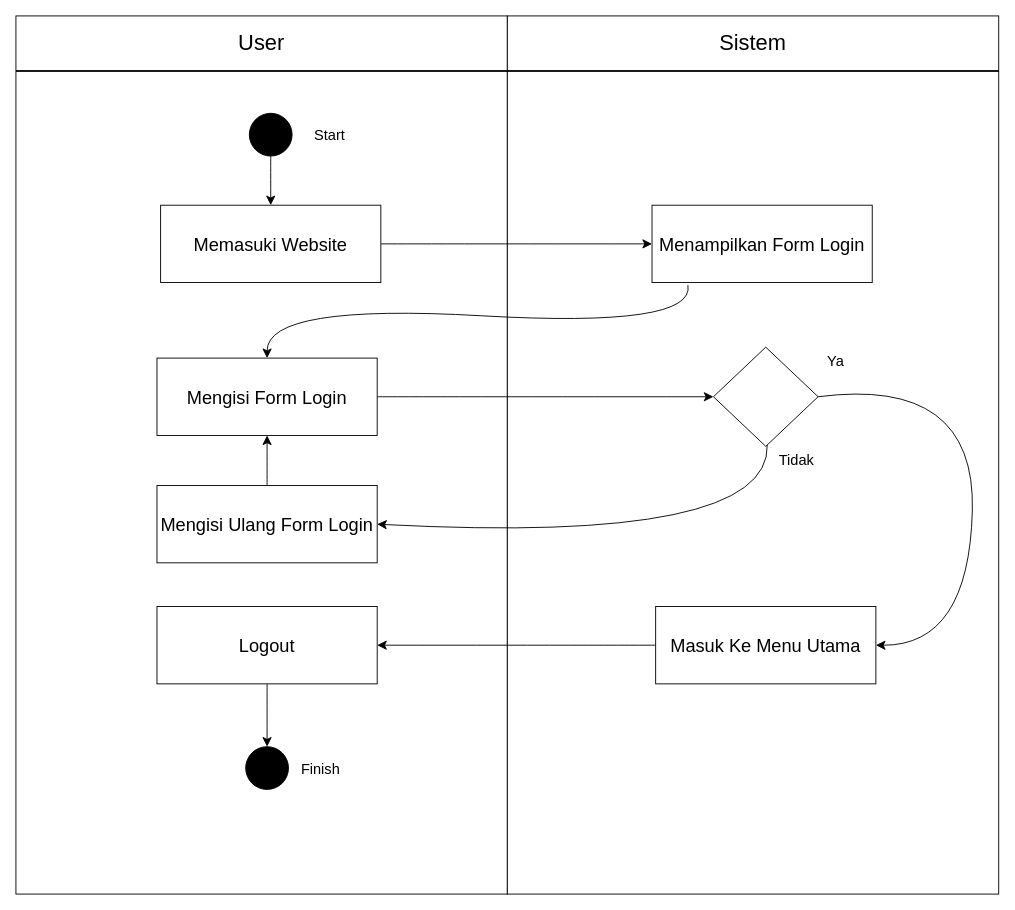
Earlier version of the draw.io diagram page "halaman 1" (1 of 9) of Diagram Tanpa Judul.drawio (Itsbubuuu/latihan-git). Source tidied: cells renumbered, new cells numbered last; positions are measured from the earlier drawing's top-left corner, leaving out a move shared by most shapes. Both pictures are drawn from the tidied source at 91%, with x=0, y=0 at pixel (15, 15).
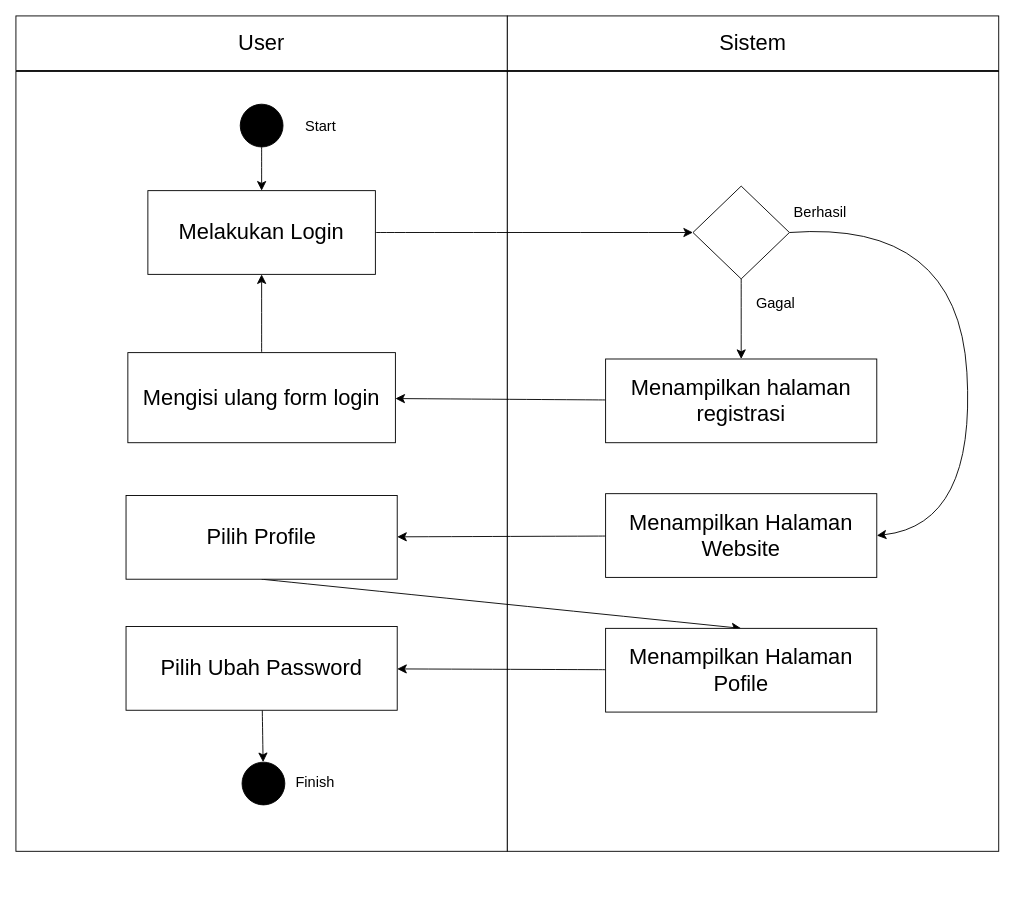
After the change.

The edit, as a diff of the source:
```diff
@@
     <mxCell id="2" style="rounded=0;whiteSpace=wrap;html=1;" parent="1" vertex="1">
-      <mxGeometry y="61" width="540" height="904" as="geometry" />
+      <mxGeometry y="61" width="540" height="857" as="geometry" />
     </mxCell>
     <mxCell id="3" style="rounded=0;whiteSpace=wrap;html=1;" parent="1" vertex="1">
-      <mxGeometry x="540" y="61" width="540" height="904" as="geometry" />
+      <mxGeometry x="540" y="61" width="540" height="857" as="geometry" />
     </mxCell>
@@
-    <mxCell id="13" style="edgeStyle=none;curved=1;rounded=0;jettySize=auto;html=1;exitX=0.5;exitY=1;exitDx=0;exitDy=0;entryX=0.5;entryY=0;entryDx=0;entryDy=0;fontSize=12;startSize=8;endSize=8;" parent="1" edge="1" source="14" target="17">
-      <mxGeometry relative="1" as="geometry" />
-    </mxCell>
-    <mxCell id="14" style="ellipse;whiteSpace=wrap;html=1;strokeColor=#000000;fillColor=#000000;" parent="1" vertex="1">
-      <mxGeometry x="256.5" y="107" width="47" height="47" as="geometry" />
-    </mxCell>
+    <mxCell id="35" style="ellipse;whiteSpace=wrap;html=1;strokeColor=#000000;fillColor=#000000;" parent="1" vertex="1">
+      <mxGeometry x="246.5" y="97" width="47" height="47" as="geometry" />
+    </mxCell>
+    <mxCell id="36" style="endArrow=classic;html=1;rounded=0;fontSize=12;startSize=8;endSize=8;curved=1;exitX=0.5;exitY=1;exitDx=0;exitDy=0;" parent="1" edge="1" source="35" target="38">
+      <mxGeometry relative="1" as="geometry" />
+    </mxCell>
+    <mxCell id="37" style="edgeStyle=none;curved=1;rounded=0;jettySize=auto;html=1;fontSize=12;startSize=8;endSize=8;entryX=0;entryY=0.5;entryDx=0;entryDy=0;" parent="1" edge="1" source="38" target="43">
+      <mxGeometry relative="1" as="geometry" />
+    </mxCell>
+    <mxCell id="38" value="&lt;font style=&quot;font-size: 24px;&quot;&gt;Melakukan Login&lt;/font&gt;" style="rounded=0;whiteSpace=wrap;html=1;" parent="1" vertex="1">
+      <mxGeometry x="145" y="192" width="250" height="92" as="geometry" />
+    </mxCell>
     <mxCell id="15" value="Start" style="text;html=1;align=center;verticalAlign=middle;whiteSpace=wrap;rounded=0;fontSize=16;" parent="1" vertex="1">
-      <mxGeometry x="315" y="115.5" width="60" height="30" as="geometry" />
+      <mxGeometry x="305" y="105.5" width="60" height="30" as="geometry" />
     </mxCell>
-    <mxCell id="16" style="edgeStyle=none;curved=1;rounded=0;jettySize=auto;html=1;fontSize=12;startSize=8;endSize=8;" parent="1" edge="1" source="17" target="19">
-      <mxGeometry relative="1" as="geometry" />
-    </mxCell>
-    <mxCell id="17" value="&lt;font style=&quot;font-size: 20px;&quot;&gt;Memasuki Website&lt;/font&gt;" style="rounded=0;whiteSpace=wrap;html=1;" parent="1" vertex="1">
-      <mxGeometry x="159" y="208" width="242" height="85" as="geometry" />
-    </mxCell>
-    <mxCell id="18" style="edgeStyle=none;curved=1;rounded=0;jettySize=auto;html=1;fontSize=12;startSize=8;endSize=8;entryX=0.5;entryY=0;entryDx=0;entryDy=0;exitX=0.163;exitY=1.033;exitDx=0;exitDy=0;exitPerimeter=0;" parent="1" edge="1" source="19" target="28">
-      <mxGeometry relative="1" as="geometry">
-        <Array as="points">
-          <mxPoint x="747" y="343" />
-          <mxPoint x="276" y="316" />
-        </Array>
-      </mxGeometry>
-    </mxCell>
-    <mxCell id="19" value="&lt;font style=&quot;font-size: 20px;&quot;&gt;Menampilkan Form Login&lt;/font&gt;" style="rounded=0;whiteSpace=wrap;html=1;" parent="1" vertex="1">
-      <mxGeometry x="699" y="208" width="242" height="85" as="geometry" />
-    </mxCell>
-    <mxCell id="20" style="edgeStyle=none;curved=1;rounded=0;jettySize=auto;html=1;fontSize=12;startSize=8;endSize=8;" parent="1" edge="1" source="21" target="28">
-      <mxGeometry relative="1" as="geometry" />
-    </mxCell>
-    <mxCell id="21" value="&lt;span style=&quot;font-size: 20px;&quot;&gt;Mengisi Ulang Form Login&lt;/span&gt;" style="rounded=0;whiteSpace=wrap;html=1;" parent="1" vertex="1">
-      <mxGeometry x="155" y="516" width="242" height="85" as="geometry" />
-    </mxCell>
-    <mxCell id="22" style="edgeStyle=none;curved=1;rounded=0;jettySize=auto;html=1;entryX=1;entryY=0.5;entryDx=0;entryDy=0;fontSize=12;startSize=8;endSize=8;" parent="1" edge="1" source="23" target="30">
-      <mxGeometry relative="1" as="geometry" />
-    </mxCell>
-    <mxCell id="23" value="&lt;span style=&quot;font-size: 20px;&quot;&gt;Masuk Ke Menu Utama&lt;/span&gt;" style="rounded=0;whiteSpace=wrap;html=1;" parent="1" vertex="1">
-      <mxGeometry x="703" y="649" width="242" height="85" as="geometry" />
-    </mxCell>
-    <mxCell id="24" style="edgeStyle=none;curved=1;rounded=0;jettySize=auto;html=1;fontSize=12;startSize=8;endSize=8;entryX=1;entryY=0.5;entryDx=0;entryDy=0;" parent="1" edge="1" source="26" target="21">
-      <mxGeometry relative="1" as="geometry">
-        <Array as="points">
-          <mxPoint x="829" y="581" />
-        </Array>
-      </mxGeometry>
-    </mxCell>
-    <mxCell id="25" style="edgeStyle=none;curved=1;rounded=0;jettySize=auto;html=1;entryX=1;entryY=0.5;entryDx=0;entryDy=0;fontSize=12;startSize=8;endSize=8;exitX=1;exitY=0.5;exitDx=0;exitDy=0;" parent="1" edge="1" target="23">
-      <mxGeometry relative="1" as="geometry">
-        <mxPoint x="881.5" y="418.5" as="sourcePoint" />
-        <Array as="points">
-          <mxPoint x="1055" y="396" />
-          <mxPoint x="1047" y="692" />
-        </Array>
-      </mxGeometry>
-    </mxCell>
-    <mxCell id="26" style="rhombus;whiteSpace=wrap;html=1;" parent="1" vertex="1">
-      <mxGeometry x="766.5" y="364" width="115" height="109" as="geometry" />
-    </mxCell>
-    <mxCell id="27" style="edgeStyle=none;curved=1;rounded=0;jettySize=auto;html=1;fontSize=12;startSize=8;endSize=8;" parent="1" edge="1" source="28" target="26">
-      <mxGeometry relative="1" as="geometry" />
-    </mxCell>
-    <mxCell id="28" value="&lt;font style=&quot;font-size: 20px;&quot;&gt;Mengisi Form Login&lt;/font&gt;" style="rounded=0;whiteSpace=wrap;html=1;" parent="1" vertex="1">
-      <mxGeometry x="155" y="376" width="242" height="85" as="geometry" />
-    </mxCell>
-    <mxCell id="29" style="edgeStyle=none;curved=1;rounded=0;jettySize=auto;html=1;entryX=0.5;entryY=0;entryDx=0;entryDy=0;fontSize=12;startSize=8;endSize=8;" parent="1" edge="1" source="30" target="31">
-      <mxGeometry relative="1" as="geometry" />
-    </mxCell>
-    <mxCell id="30" value="&lt;span style=&quot;font-size: 20px;&quot;&gt;Logout&lt;/span&gt;" style="rounded=0;whiteSpace=wrap;html=1;" parent="1" vertex="1">
-      <mxGeometry x="155" y="649" width="242" height="85" as="geometry" />
-    </mxCell>
-    <mxCell id="31" style="ellipse;whiteSpace=wrap;html=1;strokeColor=#000000;fillColor=#000000;" parent="1" vertex="1">
-      <mxGeometry x="252.5" y="803" width="47" height="47" as="geometry" />
-    </mxCell>
+    <mxCell id="39" style="edgeStyle=none;curved=1;rounded=0;jettySize=auto;html=1;fontSize=12;startSize=8;endSize=8;" parent="1" edge="1" source="40" target="45">
+      <mxGeometry relative="1" as="geometry" />
+    </mxCell>
+    <mxCell id="40" value="&lt;font style=&quot;font-size: 24px;&quot;&gt;Menampilkan halaman registrasi&lt;/font&gt;" style="rounded=0;whiteSpace=wrap;html=1;" parent="1" vertex="1">
+      <mxGeometry x="648" y="377" width="298" height="92" as="geometry" />
+    </mxCell>
+    <mxCell id="41" style="edgeStyle=none;curved=1;rounded=0;jettySize=auto;html=1;fontSize=12;startSize=8;endSize=8;" parent="1" edge="1" source="43" target="40">
+      <mxGeometry relative="1" as="geometry" />
+    </mxCell>
+    <mxCell id="42" style="edgeStyle=none;curved=1;rounded=0;jettySize=auto;html=1;entryX=1;entryY=0.5;entryDx=0;entryDy=0;fontSize=12;startSize=8;endSize=8;exitX=1;exitY=0.5;exitDx=0;exitDy=0;" parent="1" edge="1" source="43" target="49">
+      <mxGeometry relative="1" as="geometry">
+        <Array as="points">
+          <mxPoint x="1035" y="224" />
+          <mxPoint x="1055" y="559" />
+        </Array>
+      </mxGeometry>
+    </mxCell>
+    <mxCell id="43" style="rhombus;whiteSpace=wrap;html=1;" parent="1" vertex="1">
+      <mxGeometry x="744" y="187" width="106" height="102" as="geometry" />
+    </mxCell>
+    <mxCell id="44" style="edgeStyle=none;curved=1;rounded=0;jettySize=auto;html=1;fontSize=12;startSize=8;endSize=8;" parent="1" edge="1" source="45" target="38">
+      <mxGeometry relative="1" as="geometry" />
+    </mxCell>
+    <mxCell id="45" value="&lt;span style=&quot;font-size: 24px;&quot;&gt;Mengisi ulang form login&lt;/span&gt;" style="whiteSpace=wrap;html=1;rounded=0;" parent="1" vertex="1">
+      <mxGeometry x="123" y="370" width="294" height="99" as="geometry" />
+    </mxCell>
+    <mxCell id="46" value="Gagal" style="text;html=1;align=center;verticalAlign=middle;whiteSpace=wrap;rounded=0;fontSize=16;" parent="1" vertex="1">
+      <mxGeometry x="804.5" y="301" width="60" height="30" as="geometry" />
+    </mxCell>
+    <mxCell id="47" value="Berhasil" style="text;html=1;align=center;verticalAlign=middle;whiteSpace=wrap;rounded=0;fontSize=16;" parent="1" vertex="1">
+      <mxGeometry x="854" y="201" width="60" height="30" as="geometry" />
+    </mxCell>
+    <mxCell id="48" style="edgeStyle=none;curved=1;rounded=0;jettySize=auto;html=1;fontSize=12;startSize=8;endSize=8;" parent="1" edge="1" source="49" target="51">
+      <mxGeometry relative="1" as="geometry" />
+    </mxCell>
+    <mxCell id="49" value="&lt;font style=&quot;font-size: 24px;&quot;&gt;Menampilkan Halaman Website&lt;/font&gt;" style="rounded=0;whiteSpace=wrap;html=1;" parent="1" vertex="1">
+      <mxGeometry x="648" y="525" width="298" height="92" as="geometry" />
+    </mxCell>
+    <mxCell id="50" style="edgeStyle=none;curved=1;rounded=0;jettySize=auto;html=1;entryX=0.5;entryY=0;entryDx=0;entryDy=0;fontSize=12;startSize=8;endSize=8;exitX=0.5;exitY=1;exitDx=0;exitDy=0;" parent="1" edge="1" source="51" target="53">
+      <mxGeometry relative="1" as="geometry" />
+    </mxCell>
+    <mxCell id="51" value="&lt;font style=&quot;font-size: 24px;&quot;&gt;Pilih Profile&lt;/font&gt;" style="rounded=0;whiteSpace=wrap;html=1;" parent="1" vertex="1">
+      <mxGeometry x="121" y="527" width="298" height="92" as="geometry" />
+    </mxCell>
+    <mxCell id="52" style="edgeStyle=none;curved=1;rounded=0;jettySize=auto;html=1;fontSize=12;startSize=8;endSize=8;" parent="1" edge="1" source="53" target="55">
+      <mxGeometry relative="1" as="geometry" />
+    </mxCell>
+    <mxCell id="53" value="&lt;font style=&quot;font-size: 24px;&quot;&gt;Menampilkan Halaman Pofile&lt;/font&gt;" style="rounded=0;whiteSpace=wrap;html=1;" parent="1" vertex="1">
+      <mxGeometry x="648" y="673" width="298" height="92" as="geometry" />
+    </mxCell>
+    <mxCell id="54" style="edgeStyle=none;curved=1;rounded=0;jettySize=auto;html=1;fontSize=12;startSize=8;endSize=8;" parent="1" edge="1" source="55" target="56">
+      <mxGeometry relative="1" as="geometry" />
+    </mxCell>
+    <mxCell id="55" value="&lt;span style=&quot;font-size: 24px;&quot;&gt;Pilih Ubah Password&lt;/span&gt;" style="rounded=0;whiteSpace=wrap;html=1;" parent="1" vertex="1">
+      <mxGeometry x="121" y="671" width="298" height="92" as="geometry" />
+    </mxCell>
+    <mxCell id="56" style="ellipse;whiteSpace=wrap;html=1;strokeColor=#000000;fillColor=#000000;" parent="1" vertex="1">
+      <mxGeometry x="248.5" y="820" width="47" height="47" as="geometry" />
+    </mxCell>
     <mxCell id="32" value="Finish" style="text;html=1;align=center;verticalAlign=middle;whiteSpace=wrap;rounded=0;fontSize=16;" parent="1" vertex="1">
-      <mxGeometry x="305" y="811.5" width="60" height="30" as="geometry" />
+      <mxGeometry x="299" y="827" width="60" height="30" as="geometry" />
     </mxCell>
-    <mxCell id="33" value="Ya" style="text;html=1;align=center;verticalAlign=middle;whiteSpace=wrap;rounded=0;fontSize=16;" parent="1" vertex="1">
-      <mxGeometry x="871" y="364" width="60" height="30" as="geometry" />
-    </mxCell>
-    <mxCell id="34" value="Tidak" style="text;html=1;align=center;verticalAlign=middle;whiteSpace=wrap;rounded=0;fontSize=16;" parent="1" vertex="1">
-      <mxGeometry x="828" y="473" width="60" height="30" as="geometry" />
-    </mxCell>
```
